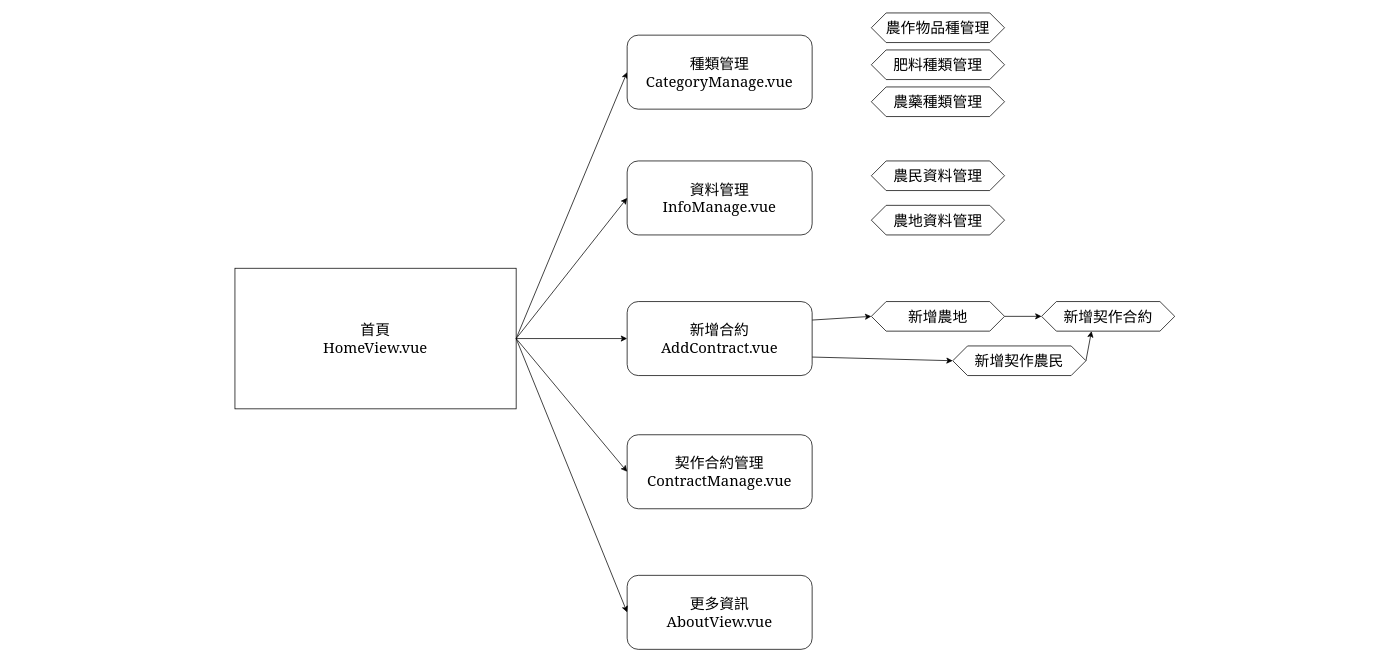
Above: public/webStructure.drawio in sakura0711/Contract-farming (draw.io), before the change. Source tidied: cells renumbered, new cells numbered last; positions are measured from the earlier drawing's top-left corner, leaving out a move shared by most shapes. Both pictures are drawn from the tidied source at 74%, with x=0, y=0 at pixel (235, 13).
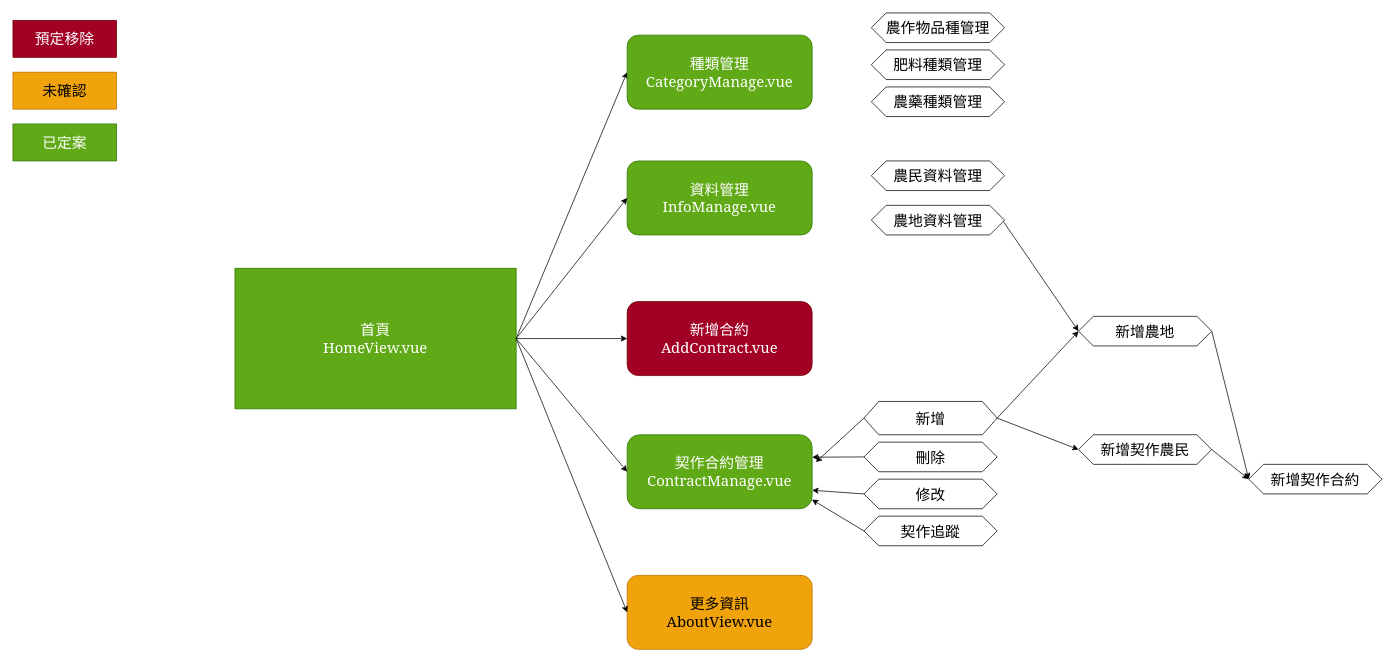
The same diagram, later.

Commit message:
Update webpage architecture diagram

The change refers to these unchanged cells:
```xml
<mxCell id="13" value="農地資料管理" style="shape=hexagon;perimeter=hexagonPerimeter2;whiteSpace=wrap;html=1;fixedSize=1;fontFamily=Georgia;fontSize=20;" parent="1" vertex="1">
  <mxGeometry x="860" y="260" width="180" height="40" as="geometry" />
</mxCell>
```

What changed in the source:
```diff
@@
-    <mxCell id="3" value="首頁&lt;br&gt;HomeView.vue" style="rounded=0;whiteSpace=wrap;html=1;fontFamily=Georgia;fontSize=20;" parent="1" vertex="1">
+    <mxCell id="3" value="首頁&lt;br&gt;HomeView.vue" style="rounded=0;whiteSpace=wrap;html=1;fontFamily=Georgia;fontSize=20;fillColor=#60a917;fontColor=#ffffff;strokeColor=#2D7600;" parent="1" vertex="1">
       <mxGeometry y="345" width="380" height="190" as="geometry" />
     </mxCell>
-    <mxCell id="4" value="種類管理&lt;br&gt;CategoryManage.vue" style="rounded=1;whiteSpace=wrap;html=1;fontFamily=Georgia;fontSize=20;" parent="1" vertex="1">
+    <mxCell id="4" value="種類管理&lt;br&gt;CategoryManage.vue" style="rounded=1;whiteSpace=wrap;html=1;fontFamily=Georgia;fontSize=20;fillColor=#60a917;fontColor=#ffffff;strokeColor=#2D7600;" parent="1" vertex="1">
       <mxGeometry x="530" y="30" width="250" height="100" as="geometry" />
     </mxCell>
-    <mxCell id="5" style="edgeStyle=none;html=1;exitX=1;exitY=0.25;exitDx=0;exitDy=0;entryX=0;entryY=0.5;entryDx=0;entryDy=0;" parent="1" edge="1" source="7" target="21">
+    <mxCell id="5" style="edgeStyle=none;html=1;exitX=1;exitY=0.25;exitDx=0;exitDy=0;entryX=0;entryY=0.5;entryDx=0;entryDy=0;" parent="1" edge="1" source="13" target="21">
       <mxGeometry relative="1" as="geometry" />
     </mxCell>
-    <mxCell id="6" style="edgeStyle=none;html=1;exitX=1;exitY=0.75;exitDx=0;exitDy=0;entryX=0;entryY=0.5;entryDx=0;entryDy=0;" parent="1" edge="1" source="7" target="24">
+    <mxCell id="6" style="edgeStyle=none;html=1;exitX=1;exitY=0.5;exitDx=0;exitDy=0;entryX=0;entryY=0.5;entryDx=0;entryDy=0;" parent="1" edge="1" source="29" target="24">
       <mxGeometry relative="1" as="geometry" />
     </mxCell>
-    <mxCell id="7" value="新增合約&lt;br&gt;AddContract.vue&lt;br&gt;" style="rounded=1;whiteSpace=wrap;html=1;fontFamily=Georgia;fontSize=20;" parent="1" vertex="1">
+    <mxCell id="7" value="新增合約&lt;br&gt;AddContract.vue&lt;br&gt;" style="rounded=1;whiteSpace=wrap;html=1;fontFamily=Georgia;fontSize=20;fillColor=#a20025;fontColor=#ffffff;strokeColor=#6F0000;" parent="1" vertex="1">
       <mxGeometry x="530" y="390" width="250" height="100" as="geometry" />
     </mxCell>
-    <mxCell id="8" value="契作合約管理&lt;br&gt;ContractManage.vue" style="rounded=1;whiteSpace=wrap;html=1;fontFamily=Georgia;fontSize=20;" parent="1" vertex="1">
+    <mxCell id="8" value="契作合約管理&lt;br&gt;ContractManage.vue" style="rounded=1;whiteSpace=wrap;html=1;fontFamily=Georgia;fontSize=20;arcSize=17;fillColor=#60a917;fontColor=#ffffff;strokeColor=#2D7600;" parent="1" vertex="1">
       <mxGeometry x="530" y="570" width="250" height="100" as="geometry" />
     </mxCell>
@@
-    <mxCell id="14" value="更多資訊&lt;br&gt;AboutView.vue" style="rounded=1;whiteSpace=wrap;html=1;fontFamily=Georgia;fontSize=20;" parent="1" vertex="1">
+    <mxCell id="14" value="更多資訊&lt;br&gt;AboutView.vue" style="rounded=1;whiteSpace=wrap;html=1;fontFamily=Georgia;fontSize=20;fillColor=#f0a30a;fontColor=#000000;strokeColor=#BD7000;" parent="1" vertex="1">
       <mxGeometry x="530" y="760" width="250" height="100" as="geometry" />
     </mxCell>
-    <mxCell id="15" value="資料管理&lt;br&gt;InfoManage.vue" style="rounded=1;whiteSpace=wrap;html=1;fontFamily=Georgia;fontSize=20;" parent="1" vertex="1">
+    <mxCell id="15" value="資料管理&lt;br&gt;InfoManage.vue" style="rounded=1;whiteSpace=wrap;html=1;fontFamily=Georgia;fontSize=20;fillColor=#60a917;fontColor=#ffffff;strokeColor=#2D7600;" parent="1" vertex="1">
       <mxGeometry x="530" y="200" width="250" height="100" as="geometry" />
     </mxCell>
@@
     <mxCell id="21" value="新增農地" style="shape=hexagon;perimeter=hexagonPerimeter2;whiteSpace=wrap;html=1;fixedSize=1;fontFamily=Georgia;fontSize=20;" parent="1" vertex="1">
-      <mxGeometry x="860" y="390" width="180" height="40" as="geometry" />
+      <mxGeometry x="1140" y="410" width="180" height="40" as="geometry" />
     </mxCell>
     <mxCell id="22" value="新增契作合約" style="shape=hexagon;perimeter=hexagonPerimeter2;whiteSpace=wrap;html=1;fixedSize=1;fontFamily=Georgia;fontSize=20;" parent="1" vertex="1">
-      <mxGeometry x="1090" y="390" width="180" height="40" as="geometry" />
+      <mxGeometry x="1370" y="610" width="180" height="40" as="geometry" />
     </mxCell>
-    <mxCell id="23" style="edgeStyle=none;html=1;exitX=1;exitY=0.5;exitDx=0;exitDy=0;entryX=0.375;entryY=1;entryDx=0;entryDy=0;" parent="1" edge="1" source="24" target="22">
+    <mxCell id="23" style="edgeStyle=none;html=1;exitX=1;exitY=0.5;exitDx=0;exitDy=0;entryX=0;entryY=0.5;entryDx=0;entryDy=0;" parent="1" edge="1" source="24" target="22">
       <mxGeometry relative="1" as="geometry" />
     </mxCell>
     <mxCell id="24" value="新增契作農民" style="shape=hexagon;perimeter=hexagonPerimeter2;whiteSpace=wrap;html=1;fixedSize=1;fontFamily=Georgia;fontSize=20;" parent="1" vertex="1">
-      <mxGeometry x="970" y="450" width="180" height="40" as="geometry" />
+      <mxGeometry x="1140" y="570" width="180" height="40" as="geometry" />
     </mxCell>
+    <mxCell id="25" style="edgeStyle=none;html=1;exitX=0;exitY=0.5;exitDx=0;exitDy=0;" parent="1" edge="1" source="26">
+      <mxGeometry relative="1" as="geometry">
+        <mxPoint x="780" y="600.3" as="targetPoint" />
+      </mxGeometry>
+    </mxCell>
+    <mxCell id="26" value="刪除" style="shape=hexagon;perimeter=hexagonPerimeter2;whiteSpace=wrap;html=1;fixedSize=1;fontFamily=Georgia;fontSize=20;" parent="1" vertex="1">
+      <mxGeometry x="850" y="580" width="180" height="40" as="geometry" />
+    </mxCell>
+    <mxCell id="27" style="edgeStyle=none;html=1;exitX=0;exitY=0.5;exitDx=0;exitDy=0;entryX=1.02;entryY=0.37;entryDx=0;entryDy=0;entryPerimeter=0;" parent="1" edge="1" source="29" target="8">
+      <mxGeometry relative="1" as="geometry" />
+    </mxCell>
+    <mxCell id="28" style="edgeStyle=none;html=1;exitX=1;exitY=0.5;exitDx=0;exitDy=0;entryX=0;entryY=0.5;entryDx=0;entryDy=0;" parent="1" edge="1" source="29" target="21">
+      <mxGeometry relative="1" as="geometry" />
+    </mxCell>
+    <mxCell id="29" value="新增" style="shape=hexagon;perimeter=hexagonPerimeter2;whiteSpace=wrap;html=1;fixedSize=1;fontFamily=Georgia;fontSize=20;" parent="1" vertex="1">
+      <mxGeometry x="850" y="525" width="180" height="45" as="geometry" />
+    </mxCell>
+    <mxCell id="30" style="edgeStyle=none;html=1;exitX=0;exitY=0.5;exitDx=0;exitDy=0;entryX=0.999;entryY=0.877;entryDx=0;entryDy=0;entryPerimeter=0;" parent="1" edge="1" source="31" target="8">
+      <mxGeometry relative="1" as="geometry" />
+    </mxCell>
+    <mxCell id="31" value="契作追蹤" style="shape=hexagon;perimeter=hexagonPerimeter2;whiteSpace=wrap;html=1;fixedSize=1;fontFamily=Georgia;fontSize=20;" parent="1" vertex="1">
+      <mxGeometry x="850" y="680" width="180" height="40" as="geometry" />
+    </mxCell>
+    <mxCell id="32" style="edgeStyle=none;html=1;exitX=0;exitY=0.5;exitDx=0;exitDy=0;entryX=1;entryY=0.75;entryDx=0;entryDy=0;" parent="1" edge="1" source="33" target="8">
+      <mxGeometry relative="1" as="geometry" />
+    </mxCell>
+    <mxCell id="33" value="修改" style="shape=hexagon;perimeter=hexagonPerimeter2;whiteSpace=wrap;html=1;fixedSize=1;fontFamily=Georgia;fontSize=20;size=20;" parent="1" vertex="1">
+      <mxGeometry x="850" y="630" width="180" height="40" as="geometry" />
+    </mxCell>
+    <mxCell id="34" value="預定移除" style="rounded=1;whiteSpace=wrap;html=1;fontFamily=Georgia;fontSize=20;fillColor=#a20025;fontColor=#ffffff;strokeColor=#6F0000;arcSize=0;" parent="1" vertex="1">
+      <mxGeometry x="-300" y="10" width="140" height="50" as="geometry" />
+    </mxCell>
+    <mxCell id="35" value="未確認" style="rounded=1;whiteSpace=wrap;html=1;fontFamily=Georgia;fontSize=20;fillColor=#f0a30a;fontColor=#000000;strokeColor=#BD7000;arcSize=0;" parent="1" vertex="1">
+      <mxGeometry x="-300" y="80" width="140" height="50" as="geometry" />
+    </mxCell>
+    <mxCell id="36" value="已定案" style="rounded=1;whiteSpace=wrap;html=1;fontFamily=Georgia;fontSize=20;fillColor=#60a917;fontColor=#ffffff;strokeColor=#2D7600;arcSize=0;" parent="1" vertex="1">
+      <mxGeometry x="-300" y="150" width="140" height="50" as="geometry" />
+    </mxCell>
```
